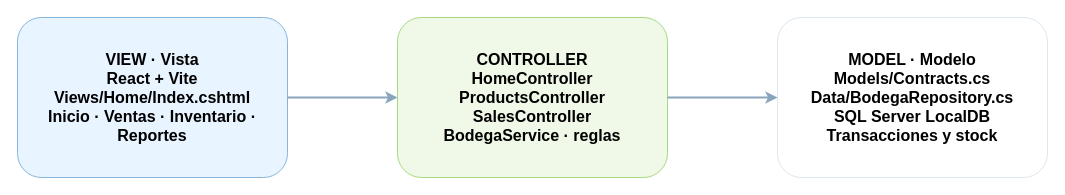
Above: docs/diagramas/arquitectura.drawio in jaguar009/efsr14908-bodega-norte (draw.io), before the change. Source tidied: cells renumbered, new cells numbered last; positions are measured from the earlier drawing's top-left corner, leaving out a move shared by most shapes. Both pictures are drawn from the tidied source at 100%, with x=0, y=0 at pixel (17, 17).
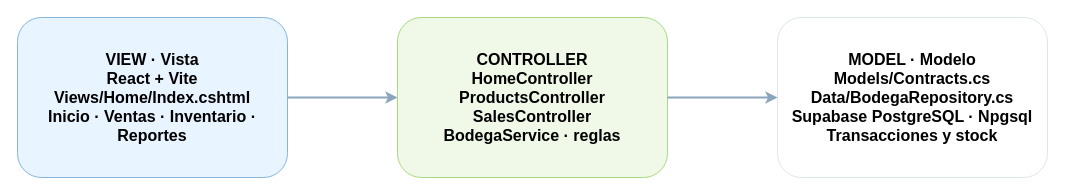
The same diagram, later.

Change to the diagram source:
```diff
@@
 <mxGraphModel>
   <root>
     <mxCell id="0" />
     <mxCell id="1" parent="0" />
     <mxCell id="2" value="VIEW · Vista&#10;React + Vite&#10;Views/Home/Index.cshtml&#10;Inicio · Ventas · Inventario · Reportes" style="rounded=1;whiteSpace=wrap;html=1;fillColor=#e8f4ff;strokeColor=#87b6da;fontSize=16;fontStyle=1;" parent="1" vertex="1">
       <mxGeometry width="270" height="160" as="geometry" />
     </mxCell>
     <mxCell id="3" value="CONTROLLER&#10;HomeController&#10;ProductsController&#10;SalesController&#10;BodegaService · reglas" style="rounded=1;whiteSpace=wrap;html=1;fillColor=#f0f9e7;strokeColor=#a7d982;fontSize=16;fontStyle=1;" parent="1" vertex="1">
       <mxGeometry x="380" width="270" height="160" as="geometry" />
     </mxCell>
-    <mxCell id="4" value="MODEL · Modelo&#10;Models/Contracts.cs&#10;Data/BodegaRepository.cs&#10;SQL Server LocalDB&#10;Transacciones y stock" style="rounded=1;whiteSpace=wrap;html=1;fillColor=#ffffff;strokeColor=#dce6ef;fontSize=16;fontStyle=1;" parent="1" vertex="1">
+    <mxCell id="4" value="MODEL · Modelo&#10;Models/Contracts.cs&#10;Data/BodegaRepository.cs&#10;Supabase PostgreSQL · Npgsql&#10;Transacciones y stock" style="rounded=1;whiteSpace=wrap;html=1;fillColor=#ffffff;strokeColor=#dce6ef;fontSize=16;fontStyle=1;" parent="1" vertex="1">
       <mxGeometry x="760" width="270" height="160" as="geometry" />
     </mxCell>
     <mxCell id="5" style="edgeStyle=orthogonalEdgeStyle;rounded=0;jettySize=auto;endArrow=classic;strokeColor=#8aa5bd;strokeWidth=2;" parent="1" edge="1" source="2" target="3">
       <mxGeometry relative="1" as="geometry" />
     </mxCell>
     <mxCell id="6" style="edgeStyle=orthogonalEdgeStyle;rounded=0;jettySize=auto;endArrow=classic;strokeColor=#8aa5bd;strokeWidth=2;" parent="1" edge="1" source="3" target="4">
       <mxGeometry relative="1" as="geometry" />
     </mxCell>
   </root>
 </mxGraphModel>
```
